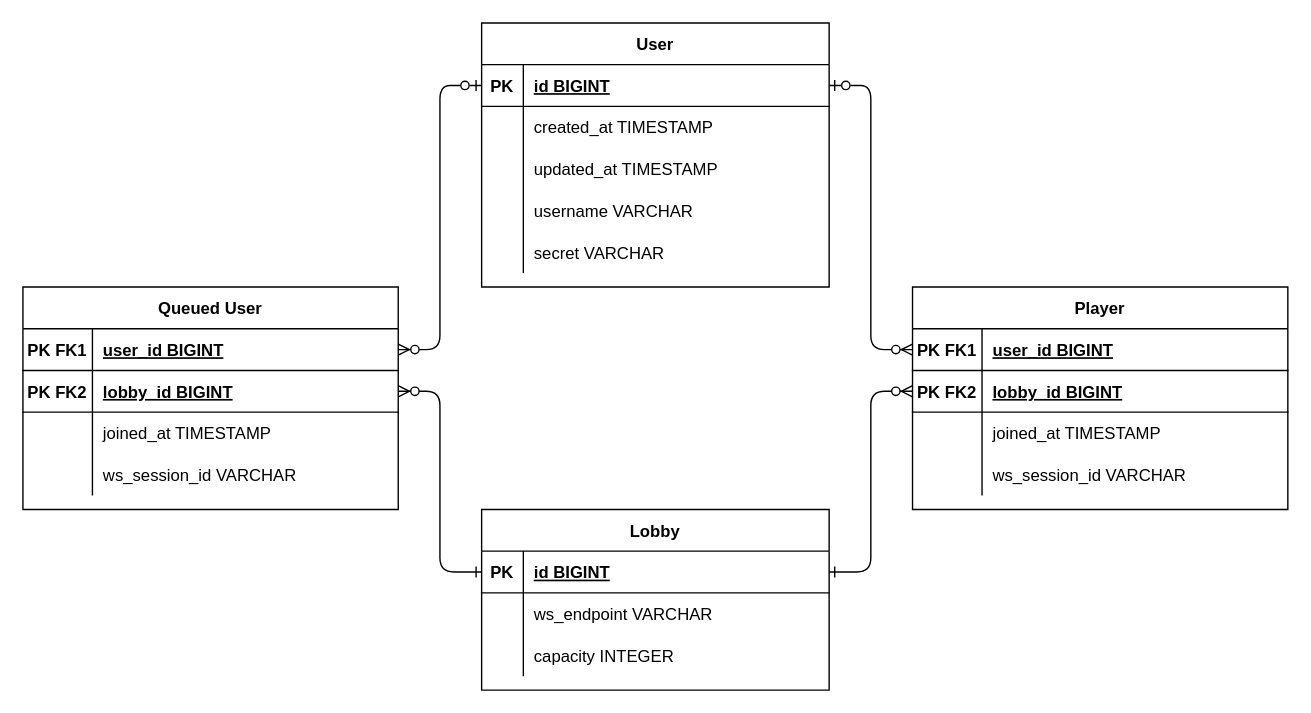
Before: docs/ER.drawio in ggtoth/SnakeGame, a draw.io diagram. Source tidied: cells renumbered, new cells numbered last; positions are measured from the earlier drawing's top-left corner, leaving out a move shared by most shapes. Both pictures are drawn from the tidied source at 139%, with x=0, y=0 at pixel (22, 22).
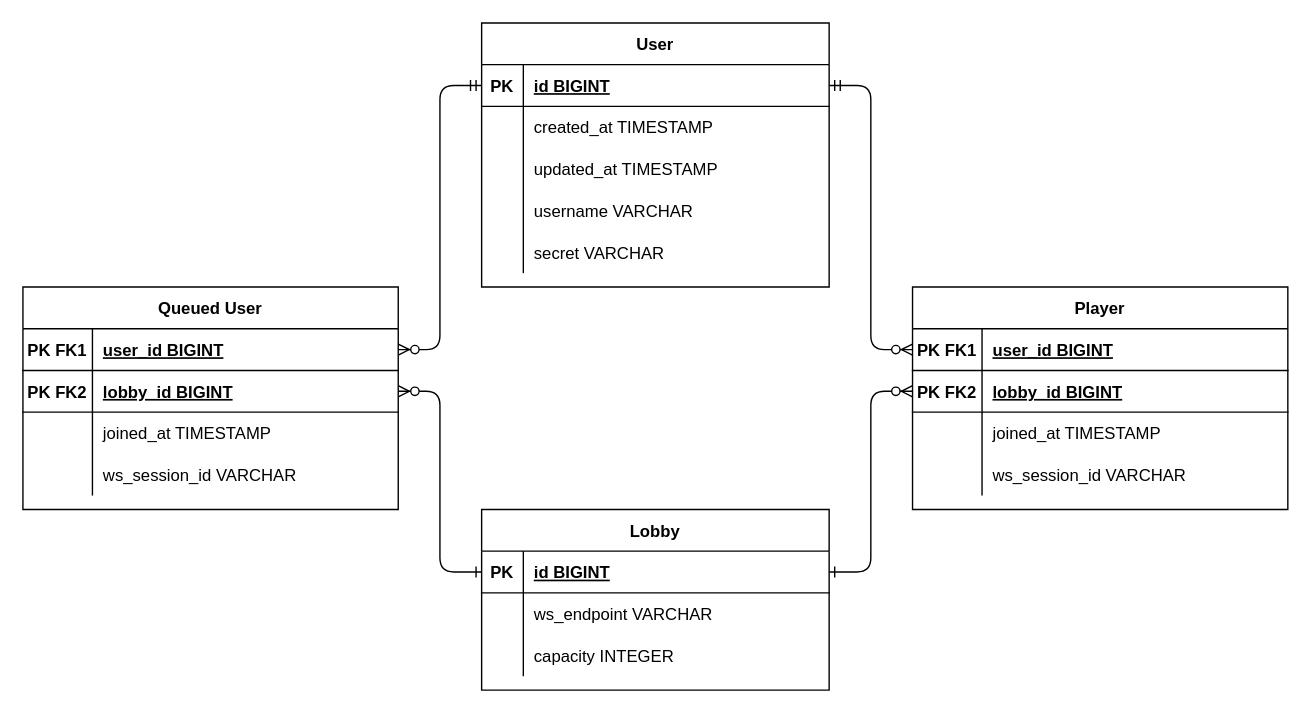
Above is the later version.

Unchanged cells that the change refers to:
```xml
<mxCell id="5" style="shape=partialRectangle;fillColor=none;points=[[0,0.5],[1,0.5]];portConstraint=eastwest;top=0;left=0;right=0;bottom=1;" parent="4" vertex="1">
  <mxGeometry y="30" width="270" height="30" as="geometry" />
</mxCell>
<mxCell id="18" style="shape=partialRectangle;fillColor=none;points=[[0,0.5],[1,0.5]];portConstraint=eastwest;top=0;left=0;right=0;bottom=1;" parent="17" vertex="1">
  <mxGeometry y="30" width="250" height="30" as="geometry" />
</mxCell>
<mxCell id="44" style="shape=partialRectangle;fillColor=none;points=[[0,0.5],[1,0.5]];portConstraint=eastwest;top=0;left=0;right=0;bottom=1;" parent="43" vertex="1">
  <mxGeometry y="30" width="270" height="30" as="geometry" />
</mxCell>
```

Change to the diagram source:
```diff
@@
-    <mxCell id="2" style="edgeStyle=entityRelationEdgeStyle;endArrow=ERzeroToMany;startArrow=ERzeroToOne;endFill=1;startFill=0;" parent="1" edge="1" source="18" target="5">
+    <mxCell id="2" style="edgeStyle=entityRelationEdgeStyle;endArrow=ERzeroToMany;startArrow=ERmandOne;endFill=1;startFill=0;" parent="1" edge="1" source="18" target="5">
       <mxGeometry relative="1" as="geometry" />
     </mxCell>
@@
-    <mxCell id="57" style="edgeStyle=entityRelationEdgeStyle;endArrow=ERzeroToMany;startArrow=ERzeroToOne;endFill=1;startFill=0;" parent="1" edge="1" source="18" target="44">
+    <mxCell id="57" style="edgeStyle=entityRelationEdgeStyle;endArrow=ERzeroToMany;startArrow=ERmandOne;endFill=1;startFill=0;" parent="1" edge="1" source="18" target="44">
       <mxGeometry relative="1" as="geometry" />
     </mxCell>
```
